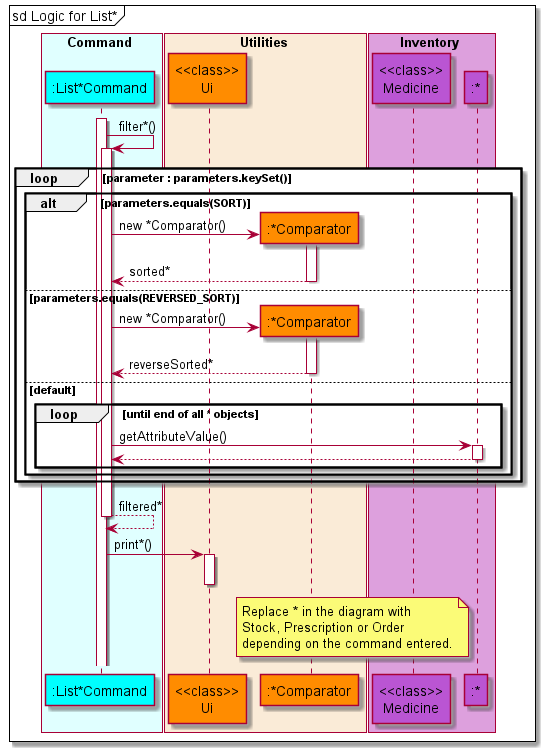
Before: docs/diagrams/diagram_images/ListSequenceDiagram.png, a diagram exported from PlantUML (nus-cs2113-AY2122S1/tp).
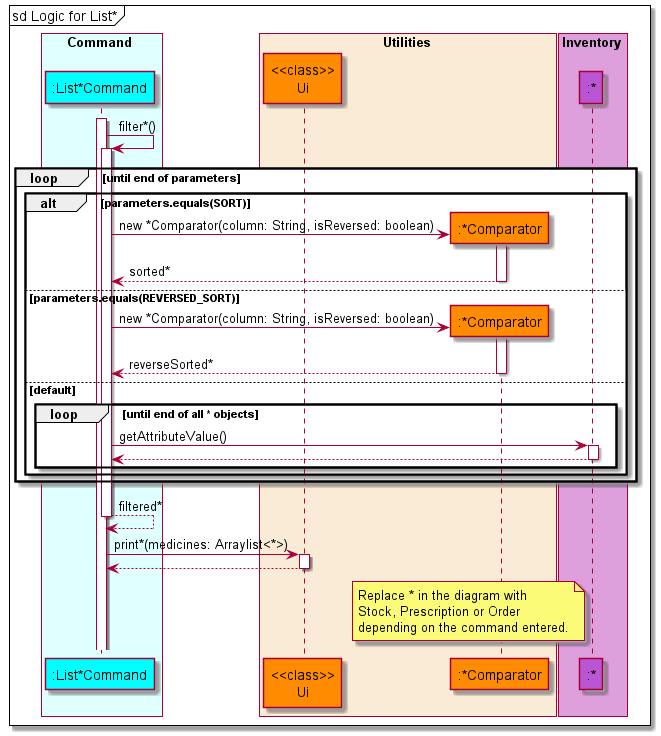
Later version of the same file.

Commit message:
Update sequence diagrams

What changed in the source:
```diff
@@ -12,7 +12,6 @@
 end box
 
 box Inventory COLOR_INVENTORY_BOX
-    participant "<<class>>\nMedicine" as medicine COLOR_INVENTORY
     participant ":*" as object COLOR_INVENTORY
 end box
 
@@ -23,16 +22,16 @@
 activate list
 list -> list : filter*()
 
-loop parameter : parameters.keySet()
+loop until end of parameters
 
     alt parameters.equals(SORT)
         create comparator
-        list -> comparator : new *Comparator()
+        list -> comparator : new *Comparator(column: String, isReversed: boolean)
         list <-- comparator : sorted*
         deactivate comparator
     else parameters.equals(REVERSED_SORT)
         create comparator
-        list -> comparator : new *Comparator()
+        list -> comparator : new *Comparator(column: String, isReversed: boolean)
         list <-- comparator : reverseSorted*
         deactivate comparator
     else default
@@ -47,7 +46,8 @@
 
 list --> list : filtered*
 
-list -> ui : print*()
+list -> ui : print*(medicines: Arraylist<*>)
+list <-- ui
 deactivate ui
 
 note left of object
```
